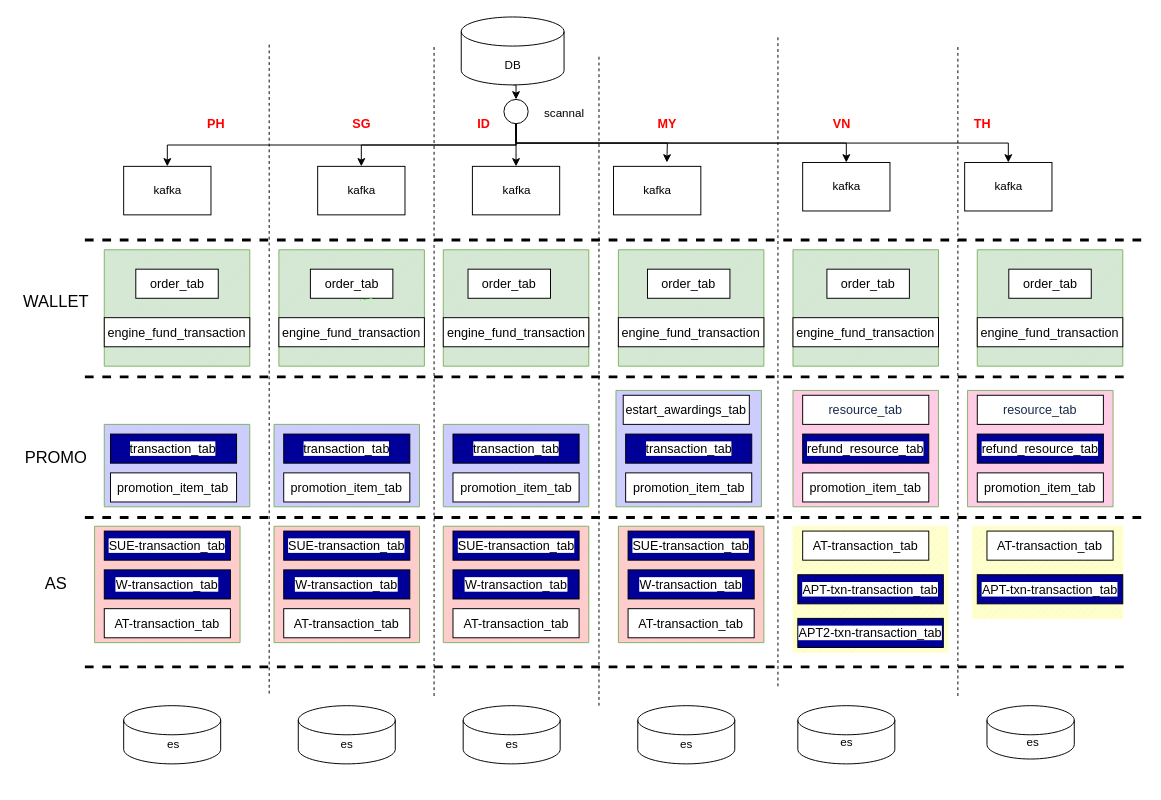
LadyTao/learn keeps this draw.io diagram as Untitled Diagram.drawio. Above is the earlier version. Source tidied: cells renumbered, new cells numbered last; positions are measured from the earlier drawing's top-left corner, leaving out a move shared by most shapes. Both pictures are drawn from the tidied source at 97%, with x=0, y=0 at pixel (16, 16).
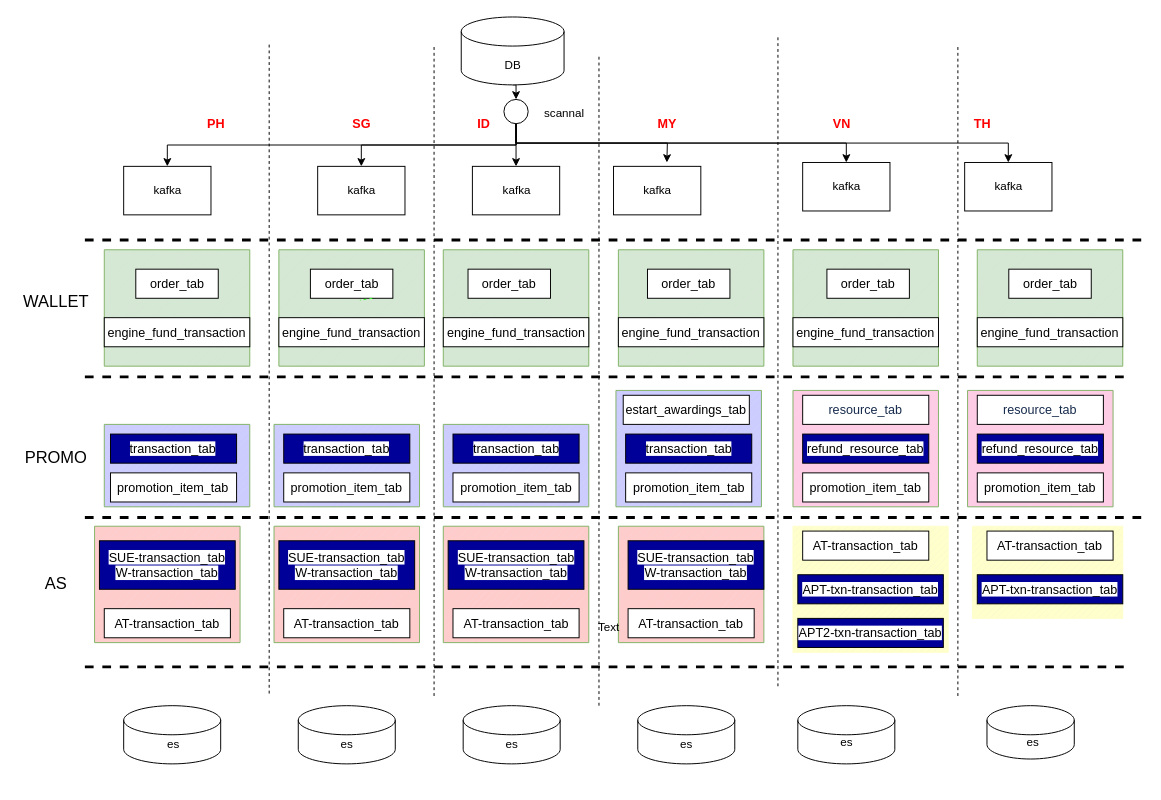
The same page after the edit.

What changed in the source:
```diff
@@
-    <mxCell id="108" value="&lt;span style=&quot;font-family: Arial; font-size: 13px; text-align: left; background-color: rgb(255, 255, 255);&quot;&gt;SUE-transaction_tab&lt;/span&gt;" style="rounded=0;whiteSpace=wrap;html=1;fontFamily=Helvetica;fontSize=17;fontColor=#000000;fillColor=#000099;" parent="1" vertex="1">
-      <mxGeometry x="90" y="530" width="130" height="30" as="geometry" />
-    </mxCell>
-    <mxCell id="109" value="&lt;span style=&quot;font-family: Arial; font-size: 13px; text-align: left; background-color: rgb(255, 255, 255);&quot;&gt;SUE-transaction_tab&lt;/span&gt;" style="rounded=0;whiteSpace=wrap;html=1;fontFamily=Helvetica;fontSize=17;fontColor=#000000;fillColor=#000099;" parent="1" vertex="1">
-      <mxGeometry x="275" y="530" width="130" height="30" as="geometry" />
-    </mxCell>
-    <mxCell id="110" value="&lt;span style=&quot;font-family: Arial; font-size: 13px; text-align: left; background-color: rgb(255, 255, 255);&quot;&gt;SUE-transaction_tab&lt;/span&gt;" style="rounded=0;whiteSpace=wrap;html=1;fontFamily=Helvetica;fontSize=17;fontColor=#000000;fillColor=#000099;" parent="1" vertex="1">
-      <mxGeometry x="449.5" y="530" width="130" height="30" as="geometry" />
-    </mxCell>
-    <mxCell id="111" value="&lt;span style=&quot;font-family: Arial; font-size: 13px; text-align: left; background-color: rgb(255, 255, 255);&quot;&gt;SUE-transaction_tab&lt;/span&gt;" style="rounded=0;whiteSpace=wrap;html=1;fontFamily=Helvetica;fontSize=17;fontColor=#000000;fillColor=#000099;" parent="1" vertex="1">
-      <mxGeometry x="630" y="530" width="130" height="30" as="geometry" />
-    </mxCell>
-    <mxCell id="112" value="&lt;span style=&quot;font-family: Arial; font-size: 13px; text-align: left; background-color: rgb(255, 255, 255);&quot;&gt;W-transaction_tab&lt;/span&gt;" style="rounded=0;whiteSpace=wrap;html=1;fontFamily=Helvetica;fontSize=17;fontColor=#000000;fillColor=#000099;" parent="1" vertex="1">
-      <mxGeometry x="90" y="570" width="130" height="30" as="geometry" />
-    </mxCell>
-    <mxCell id="113" value="&lt;span style=&quot;font-family: Arial; font-size: 13px; text-align: left; background-color: rgb(255, 255, 255);&quot;&gt;W-transaction_tab&lt;/span&gt;" style="rounded=0;whiteSpace=wrap;html=1;fontFamily=Helvetica;fontSize=17;fontColor=#000000;gradientColor=none;fillColor=#000099;" parent="1" vertex="1">
-      <mxGeometry x="275" y="570" width="130" height="30" as="geometry" />
-    </mxCell>
-    <mxCell id="114" value="&lt;span style=&quot;font-family: Arial; font-size: 13px; text-align: left; background-color: rgb(255, 255, 255);&quot;&gt;W-transaction_tab&lt;/span&gt;" style="rounded=0;whiteSpace=wrap;html=1;fontFamily=Helvetica;fontSize=17;fontColor=#000000;fillColor=#000099;" parent="1" vertex="1">
-      <mxGeometry x="449.5" y="570" width="130" height="30" as="geometry" />
-    </mxCell>
-    <mxCell id="115" value="&lt;span style=&quot;font-family: Arial; font-size: 13px; text-align: left; background-color: rgb(255, 255, 255);&quot;&gt;W-transaction_tab&lt;/span&gt;" style="rounded=0;whiteSpace=wrap;html=1;fontFamily=Helvetica;fontSize=17;fontColor=#000000;fillColor=#000099;" parent="1" vertex="1">
-      <mxGeometry x="630" y="570" width="130" height="30" as="geometry" />
-    </mxCell>
@@
+    <mxCell id="131" value="&lt;span style=&quot;font-family: Arial; font-size: 13px; text-align: left; background-color: rgb(255, 255, 255);&quot;&gt;SUE-transaction_tab&lt;br&gt;&lt;/span&gt;&lt;span style=&quot;font-family: Arial; font-size: 13px; text-align: left; background-color: rgb(255, 255, 255);&quot;&gt;W-transaction_tab&lt;/span&gt;" style="rounded=0;whiteSpace=wrap;html=1;fillColor=#000099;" parent="1" vertex="1">
+      <mxGeometry x="85" y="540" width="140" height="50" as="geometry" />
+    </mxCell>
+    <mxCell id="132" value="Text" style="text;html=1;align=center;verticalAlign=middle;fillColor=none;strokeColor=none;rounded=0;" parent="1" vertex="1">
+      <mxGeometry x="590" y="620" width="40" height="20" as="geometry" />
+    </mxCell>
+    <mxCell id="133" value="&lt;span style=&quot;font-family: Arial; font-size: 13px; text-align: left; background-color: rgb(255, 255, 255);&quot;&gt;SUE-transaction_tab&lt;br&gt;&lt;/span&gt;&lt;span style=&quot;font-family: Arial; font-size: 13px; text-align: left; background-color: rgb(255, 255, 255);&quot;&gt;W-transaction_tab&lt;/span&gt;" style="rounded=0;whiteSpace=wrap;html=1;fillColor=#000099;" parent="1" vertex="1">
+      <mxGeometry x="270" y="540" width="140" height="50" as="geometry" />
+    </mxCell>
+    <mxCell id="134" value="&lt;span style=&quot;font-family: Arial; font-size: 13px; text-align: left; background-color: rgb(255, 255, 255);&quot;&gt;SUE-transaction_tab&lt;br&gt;&lt;/span&gt;&lt;span style=&quot;font-family: Arial; font-size: 13px; text-align: left; background-color: rgb(255, 255, 255);&quot;&gt;W-transaction_tab&lt;/span&gt;" style="rounded=0;whiteSpace=wrap;html=1;fillColor=#000099;" parent="1" vertex="1">
+      <mxGeometry x="444.5" y="540" width="140" height="50" as="geometry" />
+    </mxCell>
+    <mxCell id="135" value="&lt;span style=&quot;font-family: Arial; font-size: 13px; text-align: left; background-color: rgb(255, 255, 255);&quot;&gt;SUE-transaction_tab&lt;br&gt;&lt;/span&gt;&lt;span style=&quot;font-family: Arial; font-size: 13px; text-align: left; background-color: rgb(255, 255, 255);&quot;&gt;W-transaction_tab&lt;/span&gt;" style="rounded=0;whiteSpace=wrap;html=1;fillColor=#000099;" parent="1" vertex="1">
+      <mxGeometry x="630" y="540" width="140" height="50" as="geometry" />
+    </mxCell>
```
